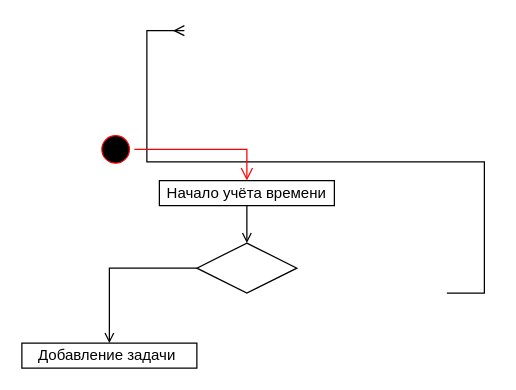
Above: Диаграмма без названия.drawio in MgrDim/lab1 (draw.io), before the change. Source tidied: cells renumbered, new cells numbered last; positions are measured from the earlier drawing's top-left corner, leaving out a move shared by most shapes. Both pictures are drawn from the tidied source at 125%, with x=0, y=0 at pixel (21, 30).
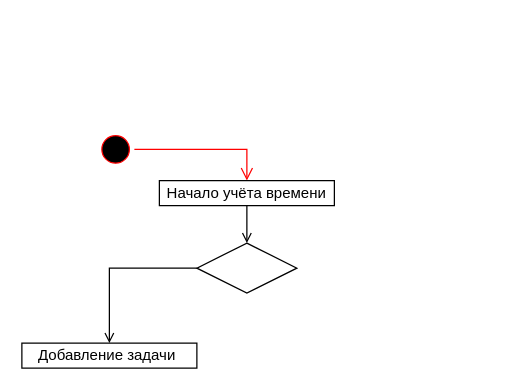
The same diagram, later.

Change to the diagram source:
```diff
@@
 <mxGraphModel>
   <root>
     <mxCell id="0" />
     <mxCell id="1" parent="0" />
-    <mxCell id="2" style="edgeStyle=entityRelationEdgeStyle;fontSize=12;html=1;endArrow=ERmany;rounded=0;exitX=0.5;exitY=0;exitDx=0;exitDy=0;entryX=0.5;entryY=1;entryDx=0;entryDy=0;" parent="1" edge="1">
-      <mxGeometry relative="1" as="geometry">
-        <mxPoint x="340" y="210" as="sourcePoint" />
-        <mxPoint x="130" as="targetPoint" />
-      </mxGeometry>
-    </mxCell>
     <mxCell id="3" style="ellipse;html=1;shape=startState;fillColor=#000000;strokeColor=#ff0000;" parent="1" vertex="1">
       <mxGeometry x="60" y="80" width="30" height="30" as="geometry" />
     </mxCell>
     <mxCell id="4" style="edgeStyle=orthogonalEdgeStyle;html=1;verticalAlign=bottom;endArrow=open;endSize=8;strokeColor=#ff0000;rounded=0;entryX=0.5;entryY=0;entryDx=0;entryDy=0;" parent="1" edge="1" source="3" target="6">
       <mxGeometry relative="1" as="geometry" />
     </mxCell>
     <mxCell id="5" style="edgeStyle=orthogonalEdgeStyle;rounded=0;jettySize=auto;html=1;exitX=0.5;exitY=1;exitDx=0;exitDy=0;entryX=0.5;entryY=0;entryDx=0;entryDy=0;endArrow=open;endFill=0;" parent="1" edge="1" source="6" target="9">
       <mxGeometry relative="1" as="geometry" />
     </mxCell>
     <mxCell id="6" value="Начало учёта времени" style="html=1;whiteSpace=wrap;" parent="1" vertex="1">
       <mxGeometry x="110" y="120" width="140" height="20" as="geometry" />
     </mxCell>
     <mxCell id="7" value="Добавление задачи&amp;nbsp;" style="html=1;whiteSpace=wrap;" parent="1" vertex="1">
       <mxGeometry y="250" width="140" height="20" as="geometry" />
     </mxCell>
     <mxCell id="8" style="edgeStyle=orthogonalEdgeStyle;rounded=0;jettySize=auto;html=1;exitX=0;exitY=0.5;exitDx=0;exitDy=0;entryX=0.5;entryY=0;entryDx=0;entryDy=0;endArrow=open;endFill=0;" parent="1" edge="1" source="9" target="7">
       <mxGeometry relative="1" as="geometry" />
     </mxCell>
     <mxCell id="9" style="rhombus;whiteSpace=wrap;html=1;" parent="1" vertex="1">
       <mxGeometry x="140" y="170" width="80" height="40" as="geometry" />
     </mxCell>
   </root>
 </mxGraphModel>
```
